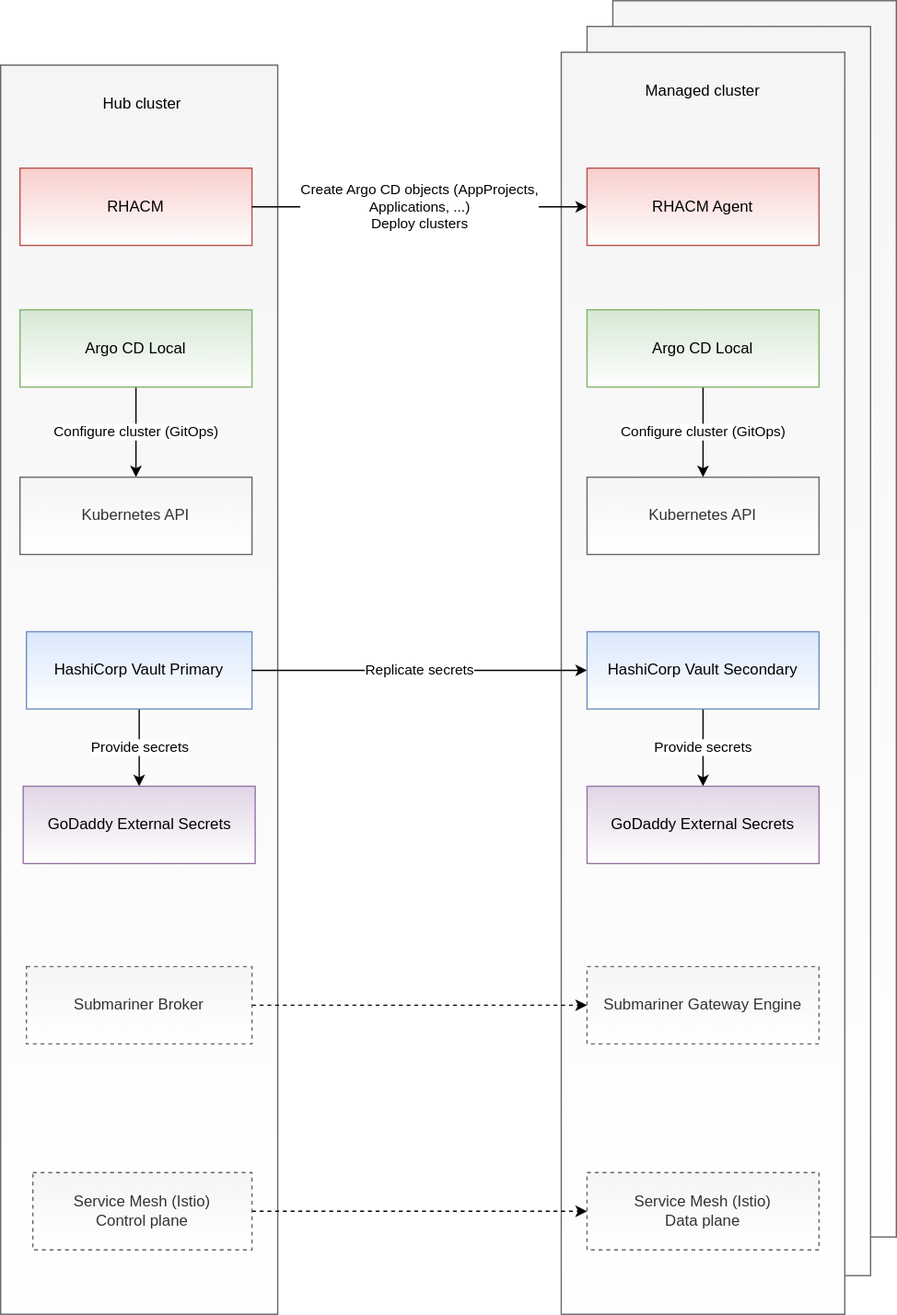
Above: docs/diagrams/multi_cluster_management_3.svg in noseka1/multicluster-management-rhacm-argocd (draw.io), before the change. Source tidied: cells renumbered, new cells last; positions are measured from the earlier drawing's top-left corner, leaving out a move shared by most shapes.
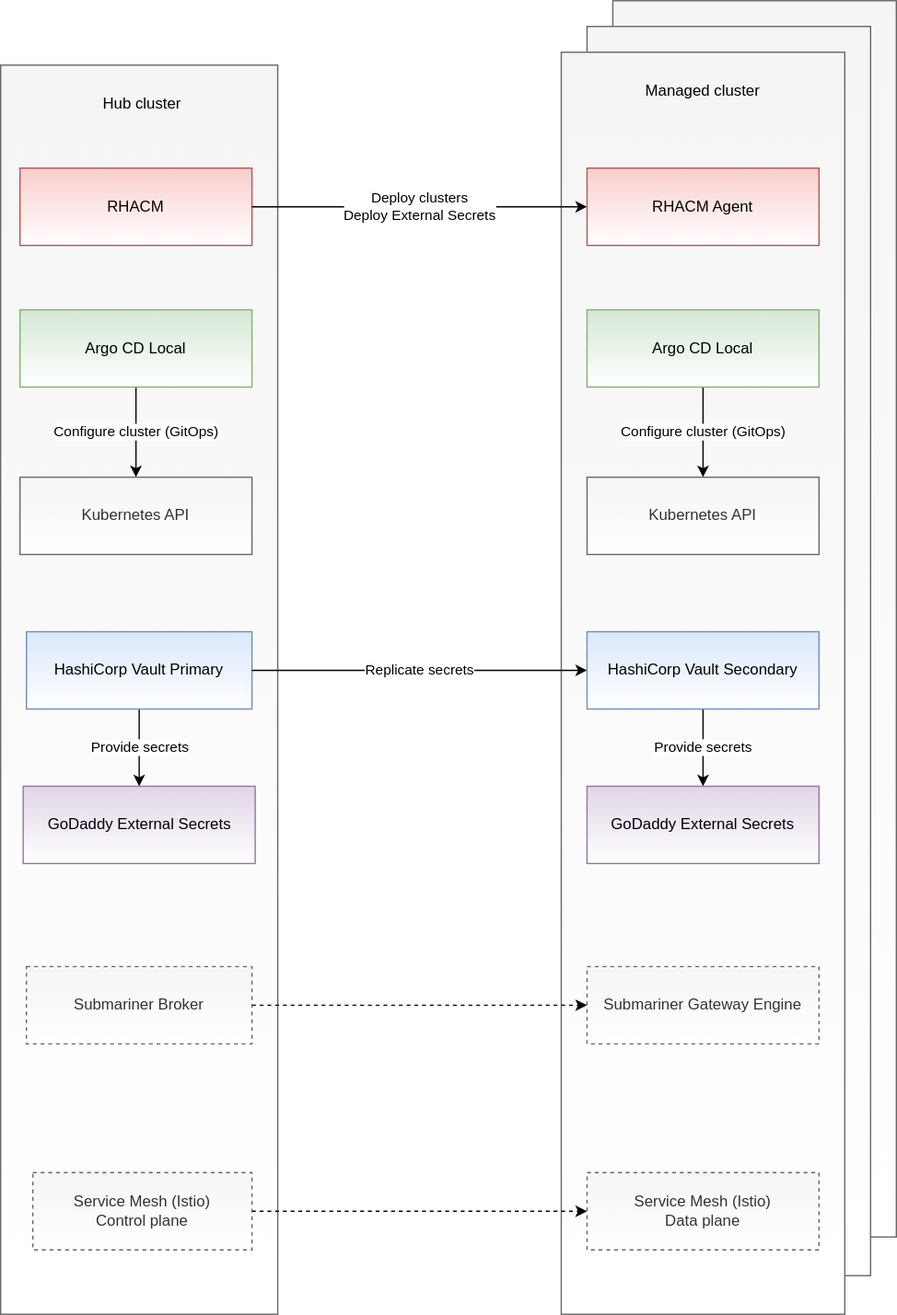
Above is the later version.

The edit, as a diff of the source:
```diff
@@ -35,7 +35,7 @@
     <mxCell id="12" value="RHACM" style="rounded=0;whiteSpace=wrap;html=1;fillColor=#f8cecc;strokeColor=#b85450;gradientColor=#ffffff;" parent="1" vertex="1">
       <mxGeometry x="15" y="130" width="180" height="60" as="geometry" />
     </mxCell>
-    <mxCell id="13" value="&lt;div&gt;Create Argo CD objects (AppProjects,&lt;br&gt;Applications, ...)&lt;/div&gt;&lt;div&gt;Deploy clusters&lt;/div&gt;" style="endArrow=classic;html=1;exitX=1;exitY=0.5;exitDx=0;exitDy=0;entryX=0;entryY=0.5;entryDx=0;entryDy=0;" parent="1" edge="1" source="12" target="15">
+    <mxCell id="13" value="&lt;div&gt;Deploy clusters&lt;/div&gt;&lt;div&gt;Deploy External Secrets&lt;br&gt;&lt;/div&gt;" style="endArrow=classic;html=1;exitX=1;exitY=0.5;exitDx=0;exitDy=0;entryX=0;entryY=0.5;entryDx=0;entryDy=0;" parent="1" edge="1" source="12" target="15">
       <mxGeometry relative="1" as="geometry" />
     </mxCell>
     <mxCell id="14" value="Replicate secrets" style="endArrow=classic;html=1;exitX=1;exitY=0.5;exitDx=0;exitDy=0;entryX=0;entryY=0.5;entryDx=0;entryDy=0;" parent="1" edge="1" source="7" target="11">
```
